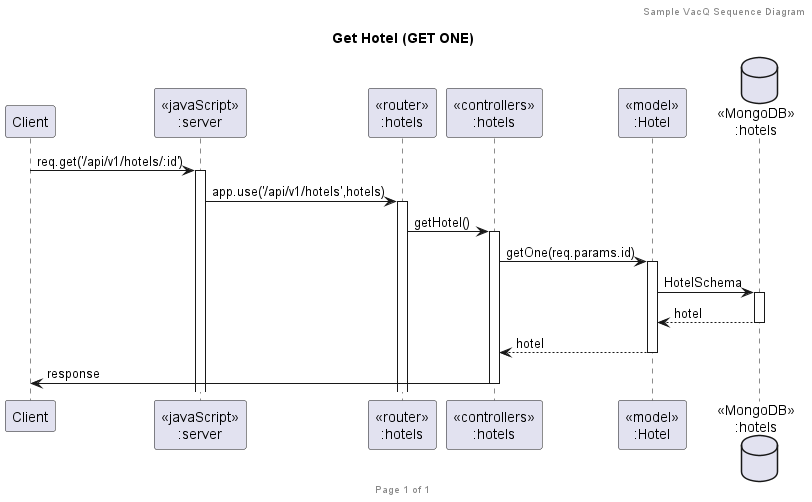
n0n7/SWDev_Final keeps this PlantUML diagram as diagram/sequence/hotels/hotelGETONE/Get Hotel (GET ONE).png. Above is the earlier version. Source of this version:
```plantuml
@startuml Get Hotel (GET ONE)

header Sample VacQ Sequence Diagram
footer Page %page% of %lastpage%
title "Get Hotel (GET ONE)"

participant "Client" as client
participant "<<javaScript>>\n:server" as server
participant "<<router>>\n:hotels" as routerHotels
participant "<<controllers>>\n:hotels" as controllersHotels
participant "<<model>>\n:Hotel" as modelHotel
database "<<MongoDB>>\n:hotels" as HotelsDatabase

client->server ++:req.get('/api/v1/hotels/:id')
server->routerHotels ++:app.use('/api/v1/hotels',hotels)
routerHotels -> controllersHotels ++:getHotel()
controllersHotels->modelHotel ++:getOne(req.params.id)
modelHotel ->HotelsDatabase ++: HotelSchema
HotelsDatabase --> modelHotel --: hotel
controllersHotels <-- modelHotel --:hotel
controllersHotels->client --:response

@enduml
```
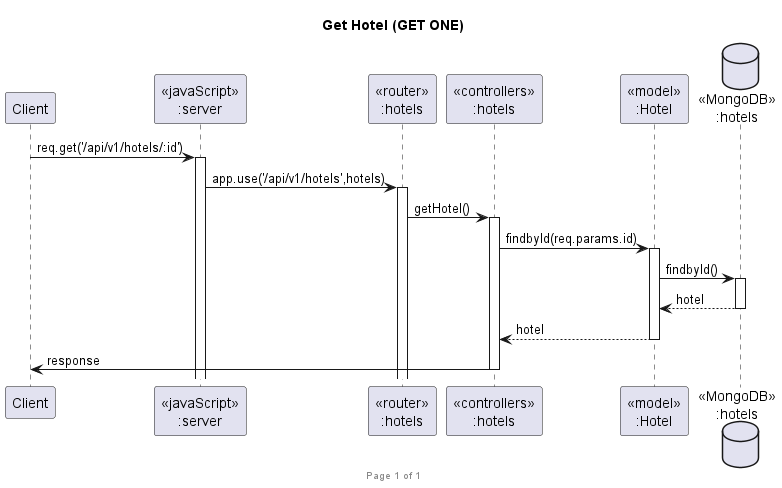
Later version of the same file.

Change to the diagram source:
```diff
@@ -1,6 +1,5 @@
 @startuml Get Hotel (GET ONE)
 
-header Sample VacQ Sequence Diagram
 footer Page %page% of %lastpage%
 title "Get Hotel (GET ONE)"
 
@@ -14,8 +13,8 @@
 client->server ++:req.get('/api/v1/hotels/:id')
 server->routerHotels ++:app.use('/api/v1/hotels',hotels)
 routerHotels -> controllersHotels ++:getHotel()
-controllersHotels->modelHotel ++:getOne(req.params.id)
-modelHotel ->HotelsDatabase ++: HotelSchema
+controllersHotels->modelHotel ++:findbyId(req.params.id)
+modelHotel ->HotelsDatabase ++: findbyId()
 HotelsDatabase --> modelHotel --: hotel
 controllersHotels <-- modelHotel --:hotel
 controllersHotels->client --:response
```
